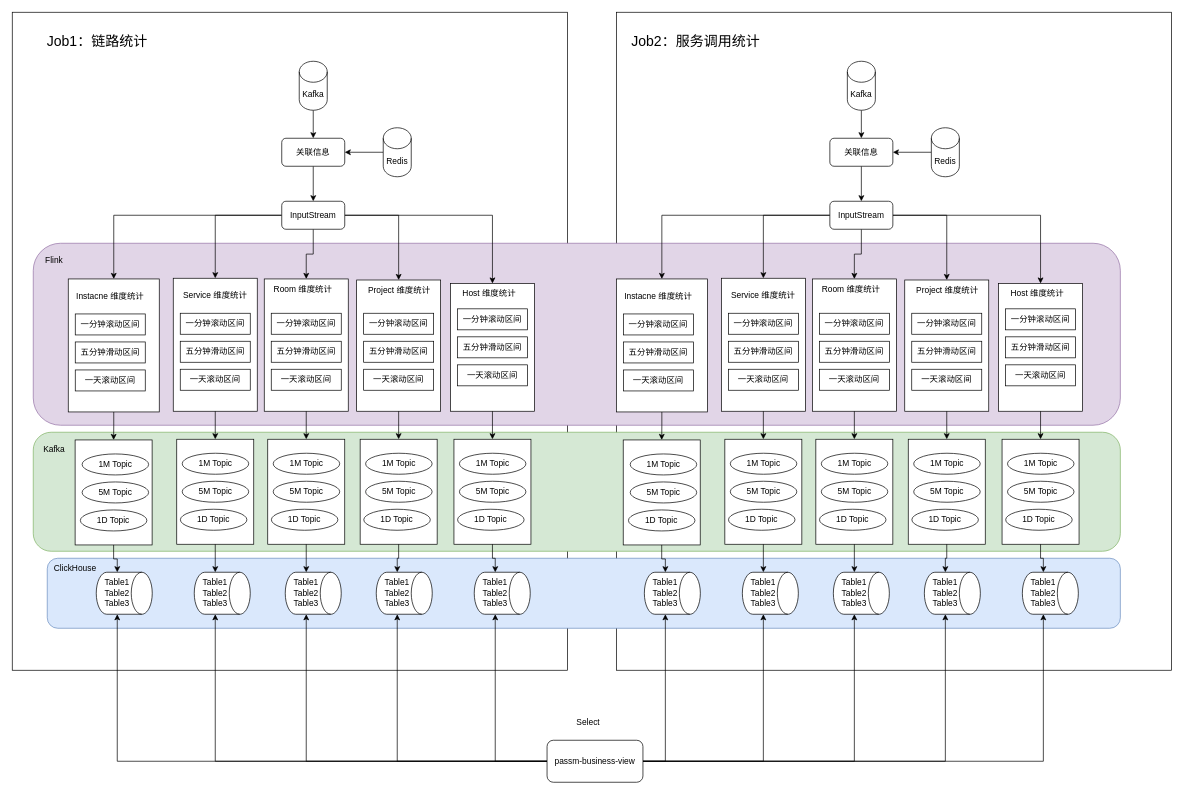
Earlier version of the draw.io diagram draw.io/Flink 实例预统计 Job 流程.drawio (KeatonLi/pictures). Source tidied: cells renumbered, new cells numbered last; positions are measured from the earlier drawing's top-left corner, leaving out a move shared by most shapes. Both pictures are drawn from the tidied source at 70%, with x=0, y=0 at pixel (12, 12).
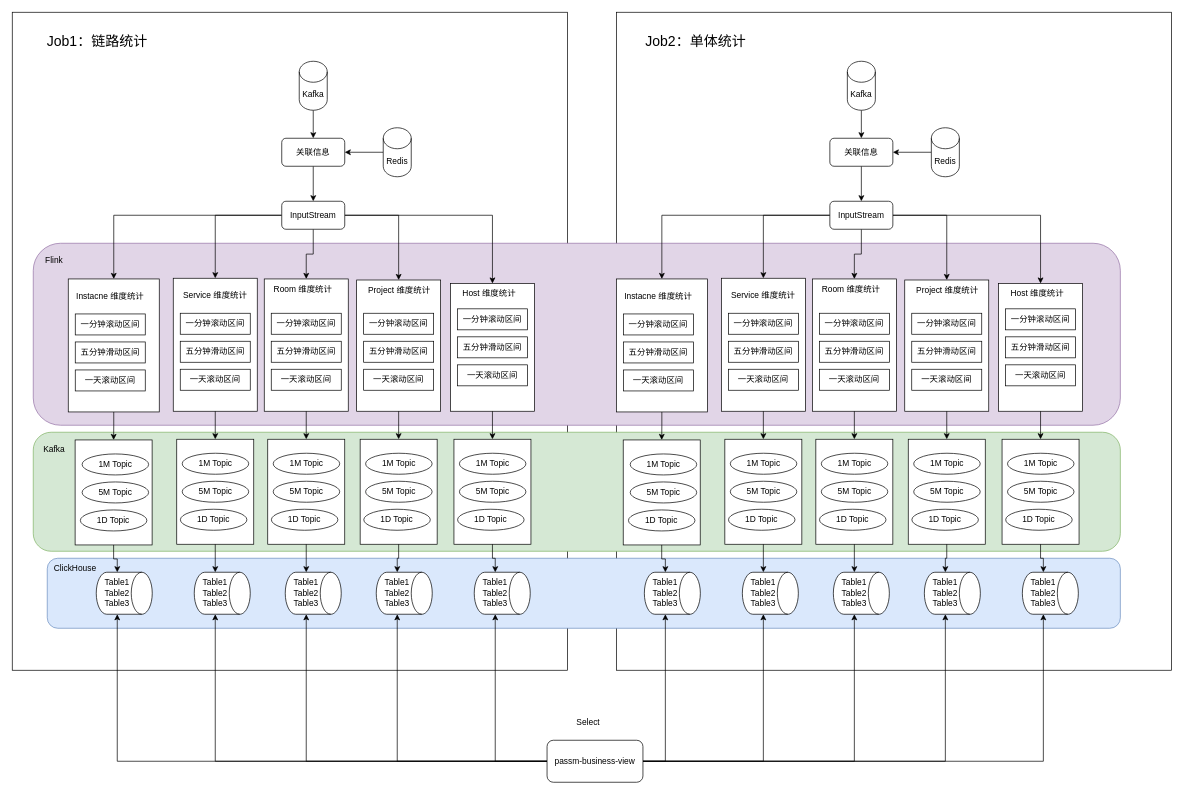
Above is the later version.

Commit message:
更新Flink 实例预统计 Job 流程.drawio

The edit, as a diff of the source:
```diff
@@
-    <mxCell id="215" value="Job2：服务调用统计" style="text;html=1;align=center;verticalAlign=middle;whiteSpace=wrap;rounded=0;fontSize=20;" parent="1" vertex="1">
+    <mxCell id="215" value="Job2：单体统计" style="text;html=1;align=center;verticalAlign=middle;whiteSpace=wrap;rounded=0;fontSize=20;" parent="1" vertex="1">
       <mxGeometry x="880" y="30" width="193" height="20" as="geometry" />
     </mxCell>
```
